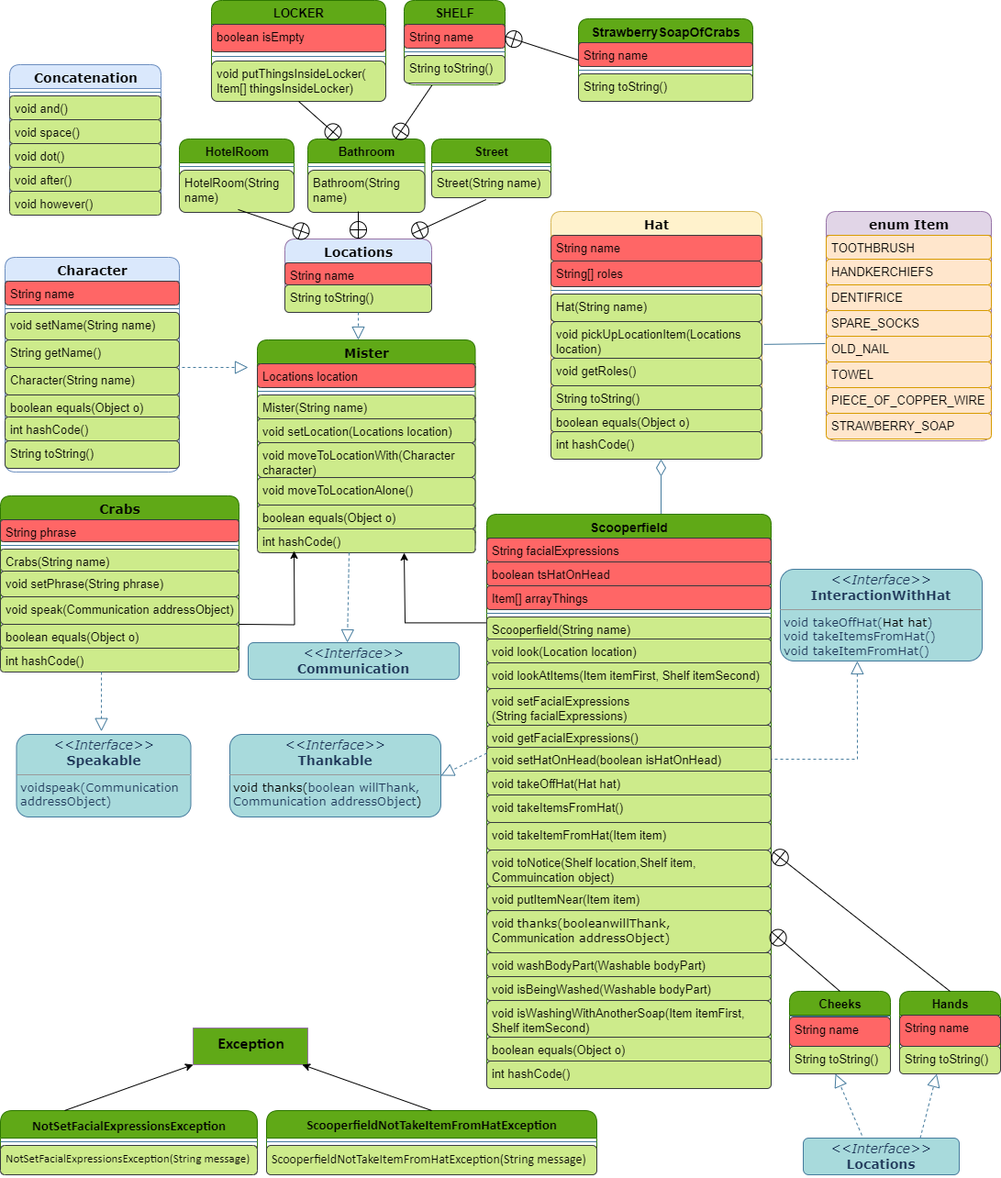
The draw.io diagram src/main/resources/UML.png in WillSpector/LAB_WORK_3, before a commit. Source tidied: cells renumbered, new cells last; positions are measured from the earlier drawing's top-left corner, leaving out a move shared by most shapes.
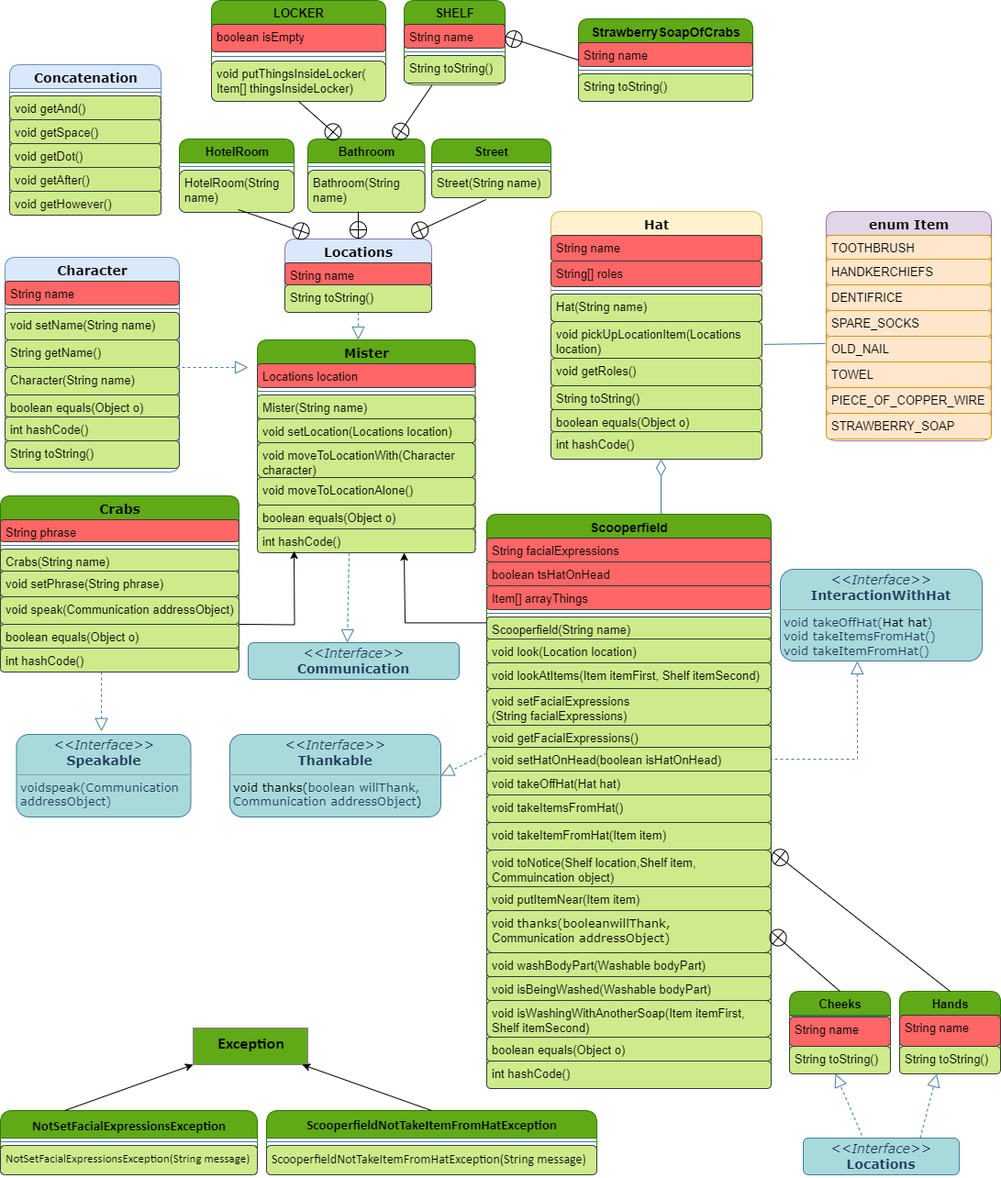
After the commit.

Change to the diagram source:
```diff
@@ -209,19 +209,19 @@
     <mxCell id="62" style="line;html=1;strokeWidth=1;fillColor=none;align=left;verticalAlign=middle;spacingTop=-1;spacingLeft=3;spacingRight=3;labelPosition=right;labelBackgroundColor=none;strokeColor=#457B9D;fontColor=#1D3557;rounded=1;" parent="61" vertex="1">
       <mxGeometry y="26" width="165" height="8" as="geometry" />
     </mxCell>
-    <mxCell id="63" value="void and()&lt;div style=&quot;font-size: 13px;&quot;&gt;&lt;br style=&quot;font-size: 13px;&quot;&gt;&lt;/div&gt;" style="text;html=1;strokeColor=#36393d;fillColor=#cdeb8b;align=left;verticalAlign=top;spacingLeft=4;spacingRight=4;whiteSpace=wrap;overflow=hidden;labelBackgroundColor=none;rounded=1;fontSize=13;" parent="61" vertex="1">
+    <mxCell id="63" value="void getAnd()&lt;div style=&quot;font-size: 13px;&quot;&gt;&lt;br style=&quot;font-size: 13px;&quot;&gt;&lt;/div&gt;" style="text;html=1;strokeColor=#36393d;fillColor=#cdeb8b;align=left;verticalAlign=top;spacingLeft=4;spacingRight=4;whiteSpace=wrap;overflow=hidden;labelBackgroundColor=none;rounded=1;fontSize=13;" parent="61" vertex="1">
       <mxGeometry y="34" width="165" height="26" as="geometry" />
     </mxCell>
-    <mxCell id="64" value="void space()&lt;div style=&quot;font-size: 13px;&quot;&gt;&lt;br style=&quot;font-size: 13px;&quot;&gt;&lt;/div&gt;" style="text;html=1;strokeColor=#36393d;fillColor=#cdeb8b;align=left;verticalAlign=top;spacingLeft=4;spacingRight=4;whiteSpace=wrap;overflow=hidden;labelBackgroundColor=none;rounded=1;fontSize=13;" parent="61" vertex="1">
+    <mxCell id="64" value="void getSpace()&lt;div style=&quot;font-size: 13px;&quot;&gt;&lt;br style=&quot;font-size: 13px;&quot;&gt;&lt;/div&gt;" style="text;html=1;strokeColor=#36393d;fillColor=#cdeb8b;align=left;verticalAlign=top;spacingLeft=4;spacingRight=4;whiteSpace=wrap;overflow=hidden;labelBackgroundColor=none;rounded=1;fontSize=13;" parent="61" vertex="1">
       <mxGeometry y="60" width="165" height="26" as="geometry" />
     </mxCell>
-    <mxCell id="65" value="void dot()&lt;div style=&quot;font-size: 13px;&quot;&gt;&lt;br style=&quot;font-size: 13px;&quot;&gt;&lt;/div&gt;" style="text;html=1;strokeColor=#36393d;fillColor=#cdeb8b;align=left;verticalAlign=top;spacingLeft=4;spacingRight=4;whiteSpace=wrap;overflow=hidden;labelBackgroundColor=none;rounded=1;fontSize=13;" parent="61" vertex="1">
+    <mxCell id="65" value="void getDot()&lt;div style=&quot;font-size: 13px;&quot;&gt;&lt;br style=&quot;font-size: 13px;&quot;&gt;&lt;/div&gt;" style="text;html=1;strokeColor=#36393d;fillColor=#cdeb8b;align=left;verticalAlign=top;spacingLeft=4;spacingRight=4;whiteSpace=wrap;overflow=hidden;labelBackgroundColor=none;rounded=1;fontSize=13;" parent="61" vertex="1">
       <mxGeometry y="86" width="165" height="26" as="geometry" />
     </mxCell>
-    <mxCell id="66" value="void after()&lt;div style=&quot;font-size: 13px;&quot;&gt;&lt;br style=&quot;font-size: 13px;&quot;&gt;&lt;/div&gt;" style="text;html=1;strokeColor=#36393d;fillColor=#cdeb8b;align=left;verticalAlign=top;spacingLeft=4;spacingRight=4;whiteSpace=wrap;overflow=hidden;labelBackgroundColor=none;rounded=1;fontSize=13;" parent="61" vertex="1">
+    <mxCell id="66" value="void getAfter()&lt;div style=&quot;font-size: 13px;&quot;&gt;&lt;br style=&quot;font-size: 13px;&quot;&gt;&lt;/div&gt;" style="text;html=1;strokeColor=#36393d;fillColor=#cdeb8b;align=left;verticalAlign=top;spacingLeft=4;spacingRight=4;whiteSpace=wrap;overflow=hidden;labelBackgroundColor=none;rounded=1;fontSize=13;" parent="61" vertex="1">
       <mxGeometry y="112" width="165" height="26" as="geometry" />
     </mxCell>
-    <mxCell id="67" value="void however()&lt;div style=&quot;font-size: 13px;&quot;&gt;&lt;br style=&quot;font-size: 13px;&quot;&gt;&lt;/div&gt;" style="text;html=1;strokeColor=#36393d;fillColor=#cdeb8b;align=left;verticalAlign=top;spacingLeft=4;spacingRight=4;whiteSpace=wrap;overflow=hidden;labelBackgroundColor=none;rounded=1;fontSize=13;" parent="61" vertex="1">
+    <mxCell id="67" value="void getHowever()&lt;div style=&quot;font-size: 13px;&quot;&gt;&lt;br style=&quot;font-size: 13px;&quot;&gt;&lt;/div&gt;" style="text;html=1;strokeColor=#36393d;fillColor=#cdeb8b;align=left;verticalAlign=top;spacingLeft=4;spacingRight=4;whiteSpace=wrap;overflow=hidden;labelBackgroundColor=none;rounded=1;fontSize=13;" parent="61" vertex="1">
       <mxGeometry y="138" width="165" height="26" as="geometry" />
     </mxCell>
     <mxCell id="68" value="&lt;div&gt;&lt;span style=&quot;font-family: Helvetica; text-align: left; text-wrap: wrap;&quot;&gt;&lt;font color=&quot;#000000&quot; style=&quot;font-size: 14px;&quot;&gt;Scooperfield&lt;/font&gt;&lt;/span&gt;&lt;br&gt;&lt;/div&gt;" style="swimlane;html=1;fontStyle=1;align=center;verticalAlign=top;horizontal=1;startSize=26;swimlaneFillColor=#ffffff;rounded=1;shadow=0;comic=0;labelBackgroundColor=none;strokeWidth=1;fillColor=#60a917;fontFamily=Verdana;fontSize=12;strokeColor=#2D7600;fontColor=#ffffff;" parent="1" vertex="1">
```
